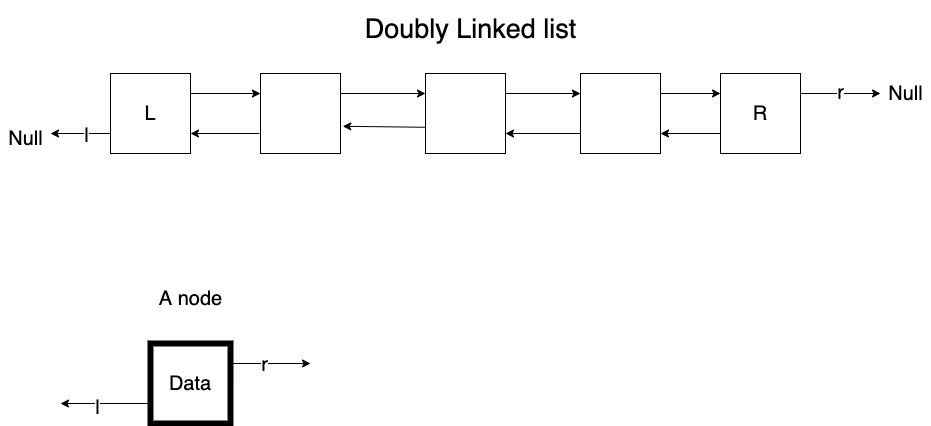
Before: img/Plan.png, a diagram exported from draw.io (stevengogogo/DSA-WastonAbili). Source tidied: cells renumbered, new cells last; positions are measured from the earlier drawing's top-left corner, leaving out a move shared by most shapes.
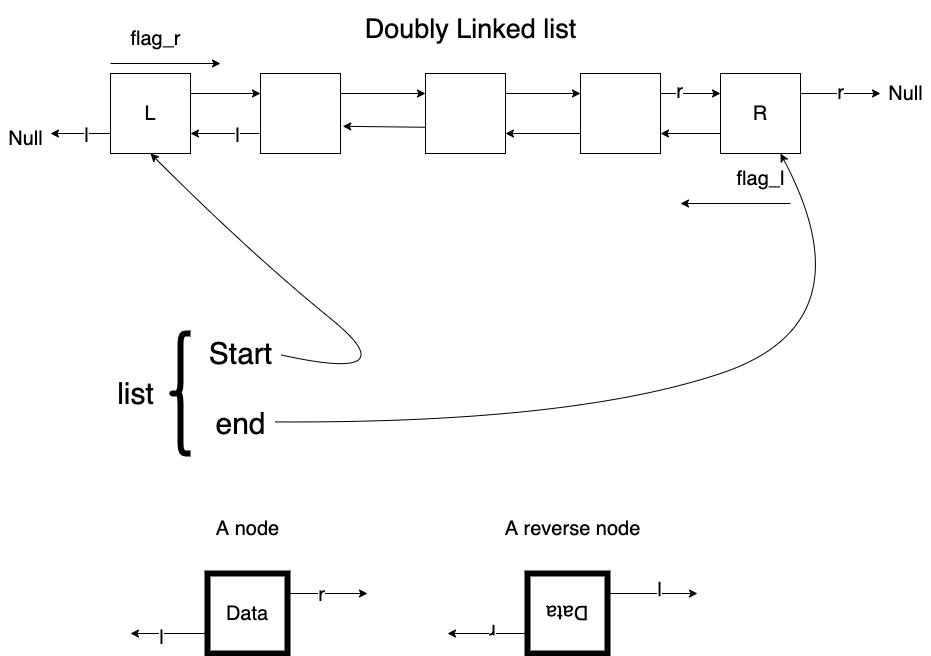
After the commit.

What changed in the source:
```diff
@@ -40,18 +40,24 @@
         <mxPoint x="259" y="130" as="sourcePoint" />
       </mxGeometry>
     </mxCell>
+    <mxCell id="28" value="l" style="edgeLabel;html=1;align=center;verticalAlign=middle;fontSize=20;" parent="13" vertex="1">
+      <mxGeometry x="-0.34" y="1" relative="1" as="geometry" />
+    </mxCell>
     <mxCell id="14" style="endArrow=classic;html=1;fontSize=20;exitX=1;exitY=0.25;exitDx=0;exitDy=0;entryX=0;entryY=0.25;entryDx=0;entryDy=0;" parent="1" edge="1" source="5" target="11">
       <mxGeometry relative="1" as="geometry" />
     </mxCell>
+    <mxCell id="29" value="r" style="edgeLabel;html=1;align=center;verticalAlign=middle;fontSize=20;" parent="14" vertex="1">
+      <mxGeometry x="-0.39" y="3" relative="1" as="geometry" />
+    </mxCell>
     <mxCell id="15" style="endArrow=classic;html=1;fontSize=20;entryX=1;entryY=0.75;entryDx=0;entryDy=0;exitX=0;exitY=0.75;exitDx=0;exitDy=0;" parent="1" edge="1" source="11" target="5">
       <mxGeometry relative="1" as="geometry" />
     </mxCell>
     <mxCell id="16" value="Data" style="whiteSpace=wrap;html=1;strokeWidth=6;fontSize=20;" parent="1" vertex="1">
-      <mxGeometry x="150" y="340" width="80" height="80" as="geometry" />
+      <mxGeometry x="207" y="570" width="80" height="80" as="geometry" />
     </mxCell>
     <mxCell id="17" style="endArrow=classic;html=1;fontSize=20;exitX=0;exitY=0.75;exitDx=0;exitDy=0;" parent="1" edge="1" source="16">
       <mxGeometry relative="1" as="geometry">
-        <mxPoint x="60" y="400" as="targetPoint" />
+        <mxPoint x="130" y="630" as="targetPoint" />
       </mxGeometry>
     </mxCell>
     <mxCell id="18" value="l" style="edgeLabel;html=1;align=center;verticalAlign=middle;fontSize=20;" parent="17" vertex="1">
@@ -59,7 +65,7 @@
     </mxCell>
     <mxCell id="19" style="endArrow=classic;html=1;fontSize=20;exitX=1;exitY=0.25;exitDx=0;exitDy=0;" parent="1" edge="1" source="16">
       <mxGeometry relative="1" as="geometry">
-        <mxPoint x="310" y="360" as="targetPoint" />
+        <mxPoint x="367" y="590" as="targetPoint" />
       </mxGeometry>
     </mxCell>
     <mxCell id="20" value="r" style="edgeLabel;html=1;align=center;verticalAlign=middle;fontSize=20;" parent="19" vertex="1">
@@ -88,7 +94,78 @@
       <mxGeometry y="120" width="50" height="30" as="geometry" />
     </mxCell>
     <mxCell id="27" value="A node" style="text;html=1;align=center;verticalAlign=middle;fontSize=20;" parent="1" vertex="1">
-      <mxGeometry x="150" y="280" width="80" height="30" as="geometry" />
+      <mxGeometry x="207" y="510" width="80" height="30" as="geometry" />
     </mxCell>
+    <mxCell id="30" style="group;rotation=-180;" parent="1" vertex="1">
+      <mxGeometry x="447" y="570" width="250" height="80" as="geometry" />
+    </mxCell>
+    <mxCell id="31" value="Data" style="whiteSpace=wrap;html=1;strokeWidth=6;fontSize=20;rotation=-180;" parent="30" vertex="1">
+      <mxGeometry x="80" width="80" height="80" as="geometry" />
+    </mxCell>
+    <mxCell id="32" style="endArrow=classic;html=1;fontSize=20;exitX=0;exitY=0.75;exitDx=0;exitDy=0;" parent="30" edge="1" source="31">
+      <mxGeometry relative="1" as="geometry">
+        <mxPoint x="250" y="20" as="targetPoint" />
+      </mxGeometry>
+    </mxCell>
+    <mxCell id="33" value="l" style="edgeLabel;html=1;align=center;verticalAlign=middle;fontSize=20;rotation=-180;" parent="32" vertex="1">
+      <mxGeometry x="0.21" y="3" relative="1" as="geometry" />
+    </mxCell>
+    <mxCell id="34" style="endArrow=classic;html=1;fontSize=20;exitX=1;exitY=0.25;exitDx=0;exitDy=0;" parent="30" edge="1" source="31">
+      <mxGeometry relative="1" as="geometry">
+        <mxPoint y="60" as="targetPoint" />
+      </mxGeometry>
+    </mxCell>
+    <mxCell id="35" value="r" style="edgeLabel;html=1;align=center;verticalAlign=middle;fontSize=20;rotation=-180;" parent="34" vertex="1">
+      <mxGeometry x="-0.18" relative="1" as="geometry" />
+    </mxCell>
+    <mxCell id="36" value="A reverse node" style="text;html=1;align=center;verticalAlign=middle;fontSize=20;" parent="1" vertex="1">
+      <mxGeometry x="497" y="510" width="150" height="30" as="geometry" />
+    </mxCell>
+    <mxCell id="37" value="flag_r" style="text;html=1;align=center;verticalAlign=middle;fontSize=20;" parent="1" vertex="1">
+      <mxGeometry x="120" y="20" width="70" height="30" as="geometry" />
+    </mxCell>
+    <mxCell id="38" value="list" style="text;html=1;align=center;verticalAlign=middle;fontSize=30;" parent="1" vertex="1">
+      <mxGeometry x="110" y="370" width="50" height="40" as="geometry" />
+    </mxCell>
+    <mxCell id="39" style="endArrow=classic;html=1;fontSize=30;" parent="1" edge="1">
+      <mxGeometry relative="1" as="geometry">
+        <mxPoint x="110" y="60" as="sourcePoint" />
+        <mxPoint x="220" y="60" as="targetPoint" />
+      </mxGeometry>
+    </mxCell>
+    <mxCell id="40" value="flag_l" style="text;html=1;align=center;verticalAlign=middle;fontSize=20;" parent="1" vertex="1">
+      <mxGeometry x="730" y="160" width="60" height="30" as="geometry" />
+    </mxCell>
+    <mxCell id="41" style="endArrow=classic;html=1;fontSize=30;" parent="1" edge="1">
+      <mxGeometry relative="1" as="geometry">
+        <mxPoint x="790" y="200" as="sourcePoint" />
+        <mxPoint x="680" y="200" as="targetPoint" />
+      </mxGeometry>
+    </mxCell>
+    <mxCell id="42" style="shape=curlyBracket;whiteSpace=wrap;html=1;rounded=1;strokeWidth=6;fontSize=30;" parent="1" vertex="1">
+      <mxGeometry x="170" y="330" width="20" height="120" as="geometry" />
+    </mxCell>
+    <mxCell id="43" value="Start" style="text;html=1;align=center;verticalAlign=middle;points=[];fontSize=30;" parent="1" vertex="1">
+      <mxGeometry x="200" y="330" width="80" height="40" as="geometry" />
+    </mxCell>
+    <mxCell id="44" value="end" style="text;html=1;align=center;verticalAlign=middle;points=[];fontSize=30;" parent="1" vertex="1">
+      <mxGeometry x="205" y="400" width="70" height="40" as="geometry" />
+    </mxCell>
+    <mxCell id="45" style="curved=1;endArrow=classic;html=1;fontSize=30;exitX=1.005;exitY=0.535;exitDx=0;exitDy=0;exitPerimeter=0;entryX=0.5;entryY=1;entryDx=0;entryDy=0;" parent="1" edge="1" source="43" target="10">
+      <mxGeometry relative="1" as="geometry">
+        <Array as="points">
+          <mxPoint x="410" y="380" />
+          <mxPoint x="250" y="250" />
+        </Array>
+      </mxGeometry>
+    </mxCell>
+    <mxCell id="46" style="curved=1;endArrow=classic;html=1;fontSize=30;exitX=0.991;exitY=0.46;exitDx=0;exitDy=0;exitPerimeter=0;entryX=0.75;entryY=1;entryDx=0;entryDy=0;" parent="1" edge="1" source="44" target="11">
+      <mxGeometry relative="1" as="geometry">
+        <Array as="points">
+          <mxPoint x="570" y="420" />
+          <mxPoint x="870" y="320" />
+        </Array>
+      </mxGeometry>
+    </mxCell>
   </root>
 </mxGraphModel>
```
